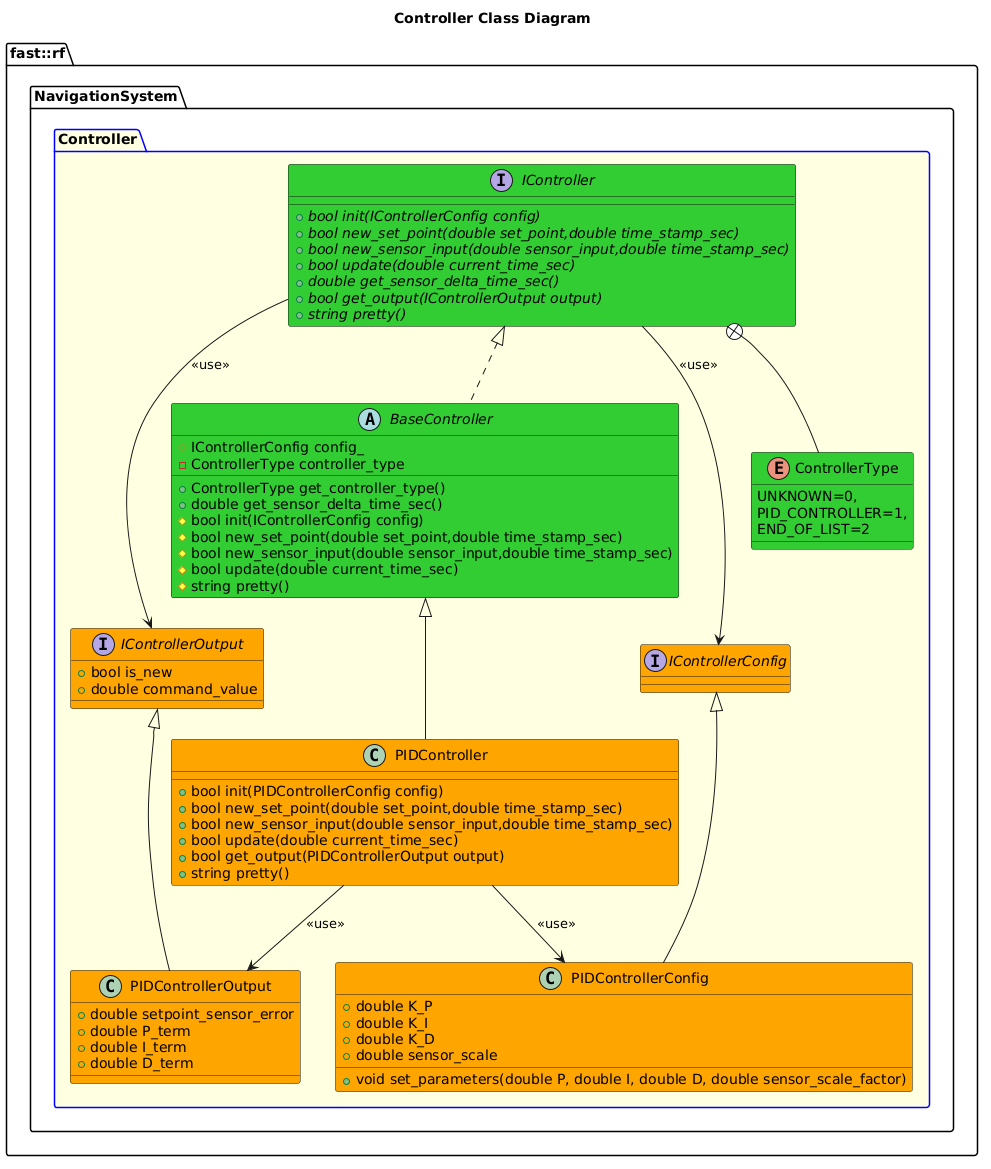
Before: Systems/Navigation/doc/puml/ControllerClassDiagram.png, a diagram exported from PlantUML (fastrobotics/robot_framework).
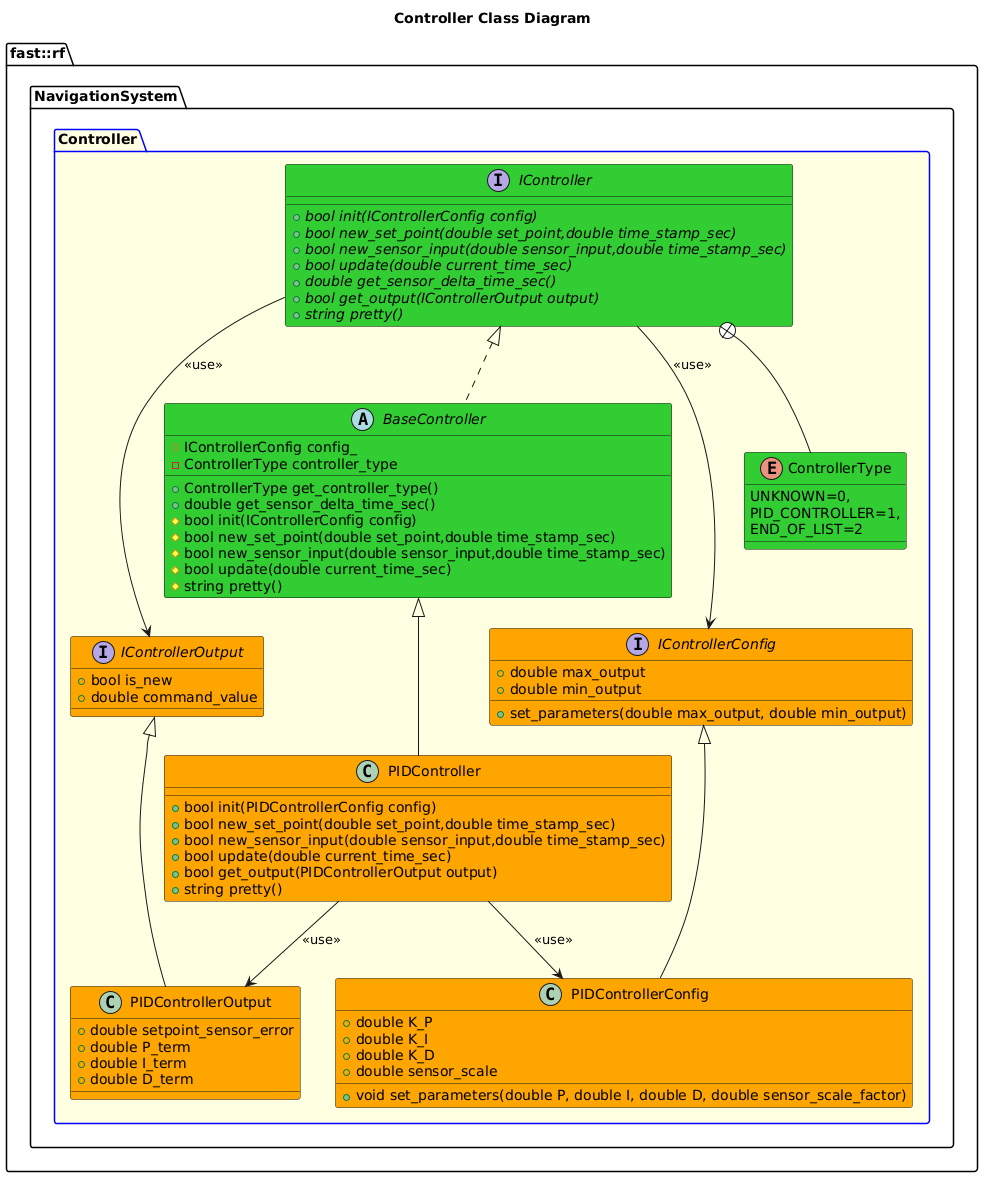
The same diagram one commit later.

What changed in the source:
```diff
@@ -13,6 +13,10 @@
             +double command_value
         }
         interface IControllerConfig #Orange {
+            +set_parameters(double max_output, double min_output)
+            +double max_output
+            +double min_output
+
 
         }
         interface IController #LimeGreen {
@@ -48,11 +52,12 @@
         }
         PIDControllerOutput -up-|> IControllerOutput
         class PIDControllerConfig #Orange {
+            +void set_parameters(double P, double I, double D, double sensor_scale_factor)
             +double K_P
             +double K_I
             +double K_D
             +double sensor_scale
-            +void set_parameters(double P, double I, double D, double sensor_scale_factor)
+
 
         }
         PIDControllerConfig -up-|> IControllerConfig
```
